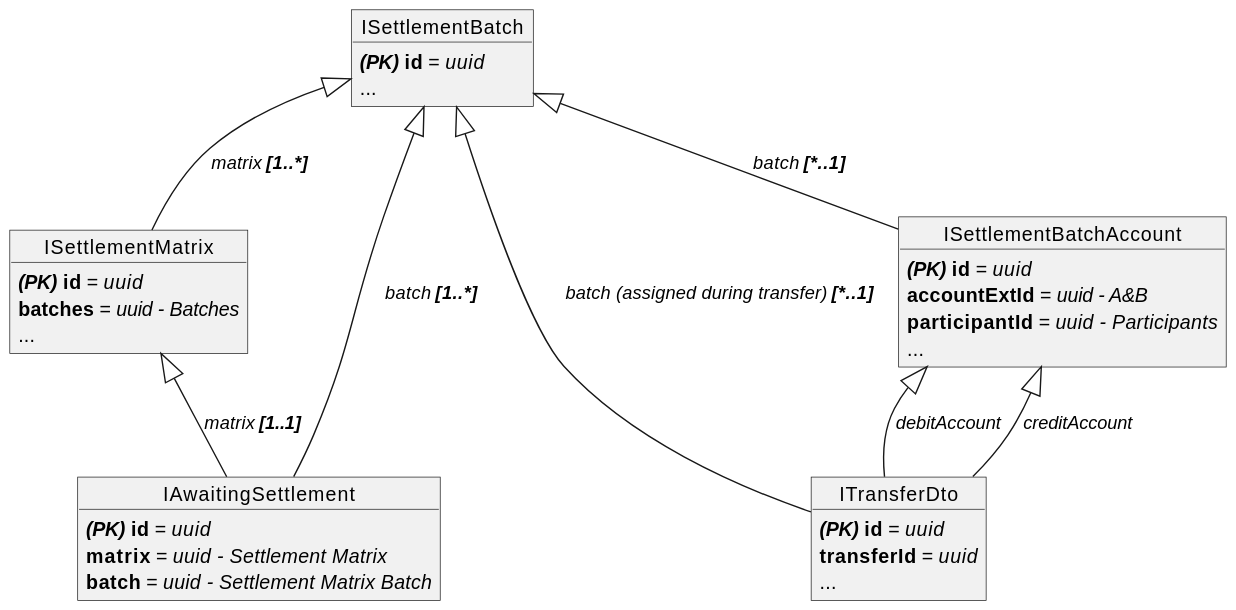
The PlantUML diagram docs/flows/10-settlement-model.svg in mojaloop/settlements-bc, before a commit.
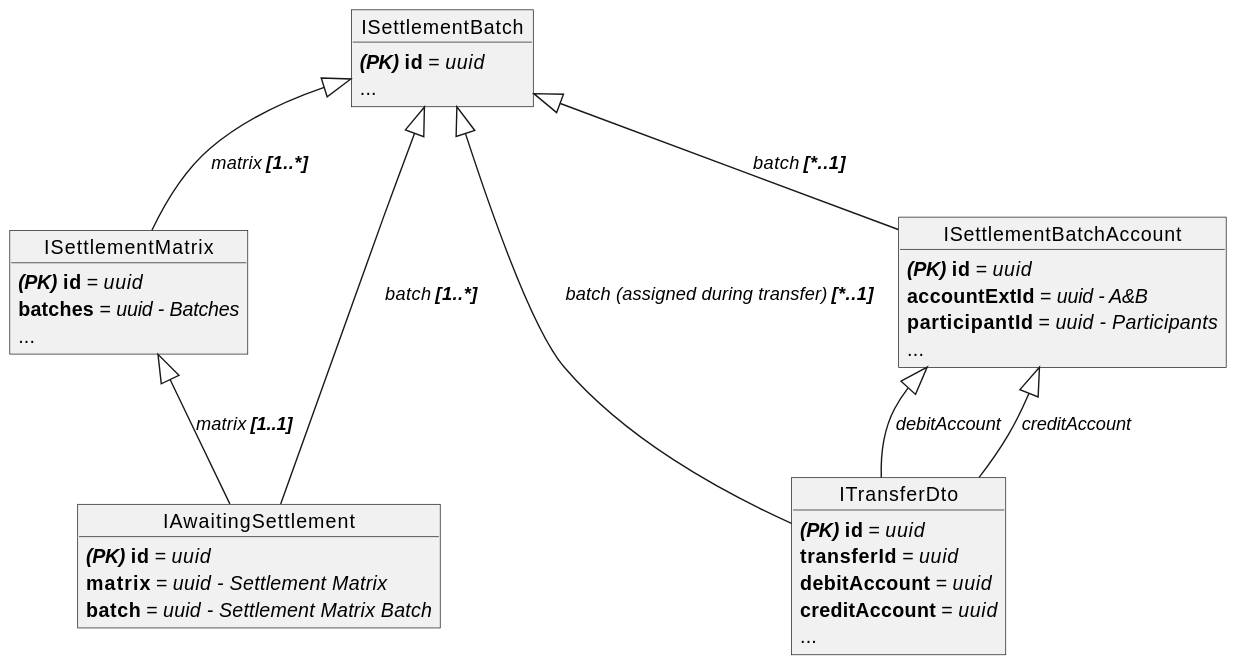
The same diagram one commit later.

The edit, as a diff of the source:
```diff
@@ -6,6 +6,8 @@
 object ITransferDto
     ITransferDto : **//(PK)// id** = //uuid//
     ITransferDto : **transferId** = //uuid//
+    ITransferDto : **debitAccount** = //uuid//
+    ITransferDto : **creditAccount** = //uuid//
     ITransferDto : ...
 object ISettlementBatchAccount
     ISettlementBatchAccount : **//(PK)// id** = //uuid//
```
